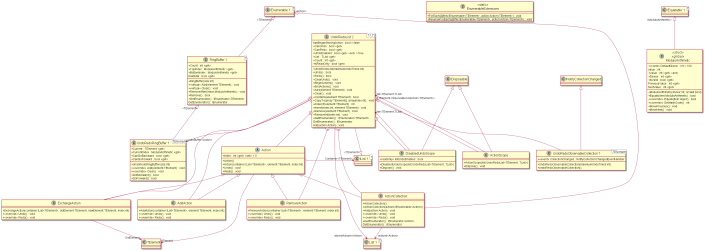
Before: Shos.UndoRedoList/Documents/ClassDiagrams/UndoRedoList.all.small.png, a diagram exported from PlantUML (Fujiwo/Shos.UndoRedoList). Its source is kept beside it as Shos.UndoRedoList/Documents/ClassDiagrams/UndoRedoList.puml. Source of this version:
```plantuml
@startuml
class "UndoRedoList`2"<TElement,TList> {
    hasBeganStoringAction : bool = false
    + CanUndo : bool <<get>>
    + CanRedo : bool <<get>>
    + UndoEnabled : bool <<get>> <<set>> = true
    + UndoRedoList(maximumUndoTimes:int)
    + Undo() : bool
    + Redo() : bool
    + ClearUndo() : void
    + BeginActions() : void
    + EndActions() : void
    + List : TList <<get>>
    + Count : int <<get>>
    + IsReadOnly : bool <<get>>
    + Add(element:TElement) : void
    + Clear() : void
    + Contains(element:TElement) : bool
    + CopyTo(array:TElement[], arrayIndex:int) : void
    + IndexOf(element:TElement) : int
    + Insert(index:int, element:TElement) : void
    + Remove(element:TElement) : bool
    + RemoveAt(index:int) : void
    + GetEnumerator() : IEnumerator<TElement>
    GetEnumerator() : IEnumerator
    Add(action:Action) : void
}
class "IList`1"<T> {
}
abstract class Action {
    + Index : int <<get>> <<set>> = 0
    + Action()
    + Action(container:IList<TElement>, element:TElement, index:int)
    + {abstract} Undo() : void
    + {abstract} Redo() : void
}
class AddAction {
    + AddAction(container:IList<TElement>, element:TElement, index:int)
    + <<override>> Undo() : void
    + <<override>> Redo() : void
}
class RemoveAction {
    + RemoveAction(container:IList<TElement>, element:TElement, index:int)
    + <<override>> Undo() : void
    + <<override>> Redo() : void
}
class ExchangeAction {
    + ExchangeAction(container:IList<TElement>, oldElement:TElement, newElement:TElement, index:int)
    + <<override>> Undo() : void
    + <<override>> Redo() : void
}
class ActionCollection {
    + ActionCollection()
    + ActionCollection(actions:IEnumerable<Action>)
    + Add(action:Action) : void
    + <<override>> Undo() : void
    + <<override>> Redo() : void
    + GetEnumerator() : IEnumerator<Action>
    GetEnumerator() : IEnumerator
}
class ActionScope {
    + ActionScope(list:UndoRedoList<TElement, TList>)
    + Dispose() : void
}
class DisabledUndoScope {
    <<readonly>> listUndoEnabled : bool
    + DisabledUndoScope(list:UndoRedoList<TElement, TList>)
    + Dispose() : void
}
class "UndoRedoRingBuffer`1"<T> {
}
class "List`1"<T> {
}
class "IEnumerable`1"<T> {
}
"IList`1" "<TElement>" <|-- "UndoRedoList`2"
"UndoRedoList`2" --> "undoBuffer<Action>" "UndoRedoRingBuffer`1"
"UndoRedoList`2" o-> "storedActions<Action>" "List`1"
"UndoRedoList`2" +-- Action
Action o-> "Container<TElement>" "IList`1"
Action --> "Element" TElement
"UndoRedoList`2" +-- AddAction
Action <|-- AddAction
"UndoRedoList`2" +-- RemoveAction
Action <|-- RemoveAction
"UndoRedoList`2" +-- ExchangeAction
Action <|-- ExchangeAction
ExchangeAction --> "OldElement" TElement
"UndoRedoList`2" +-- ActionCollection
Action <|-- ActionCollection
"IEnumerable`1" "<Action>" <|-- ActionCollection
ActionCollection --> "actions<Action>" "List`1"
"UndoRedoList`2" +-- ActionScope
IDisposable <|-- ActionScope
ActionScope --> "list<TElement,TList>" "UndoRedoList`2"
"UndoRedoList`2" +-- DisabledUndoScope
IDisposable <|-- DisabledUndoScope
DisabledUndoScope --> "list<TElement,TList>" "UndoRedoList`2"
@enduml
```
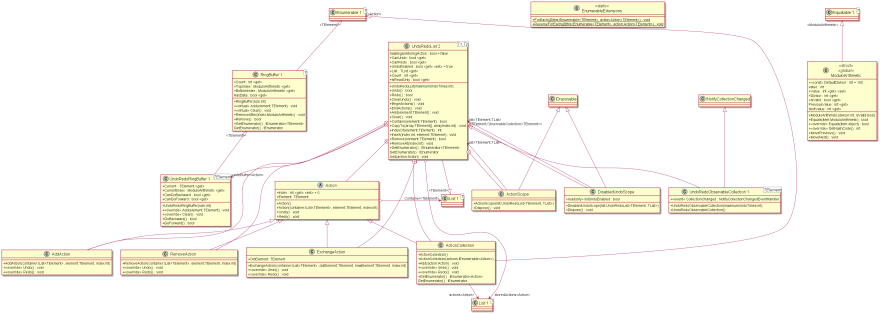
The same diagram one commit later.

Commit message:
Update class diagram images.

What changed in the source:
```diff
@@ -29,6 +29,7 @@
 }
 abstract class Action {
     + Index : int <<get>> <<set>> = 0
+    + Element: TElement
     + Action()
     + Action(container:IList<TElement>, element:TElement, index:int)
     + {abstract} Undo() : void
@@ -45,6 +46,7 @@
     + <<override>> Redo() : void
 }
 class ExchangeAction {
+    + OldElement: TElement
     + ExchangeAction(container:IList<TElement>, oldElement:TElement, newElement:TElement, index:int)
     + <<override>> Undo() : void
     + <<override>> Redo() : void
@@ -78,14 +80,12 @@
 "UndoRedoList`2" o-> "storedActions<Action>" "List`1"
 "UndoRedoList`2" +-- Action
 Action o-> "Container<TElement>" "IList`1"
-Action --> "Element" TElement
 "UndoRedoList`2" +-- AddAction
 Action <|-- AddAction
 "UndoRedoList`2" +-- RemoveAction
 Action <|-- RemoveAction
 "UndoRedoList`2" +-- ExchangeAction
 Action <|-- ExchangeAction
-ExchangeAction --> "OldElement" TElement
 "UndoRedoList`2" +-- ActionCollection
 Action <|-- ActionCollection
 "IEnumerable`1" "<Action>" <|-- ActionCollection
```
